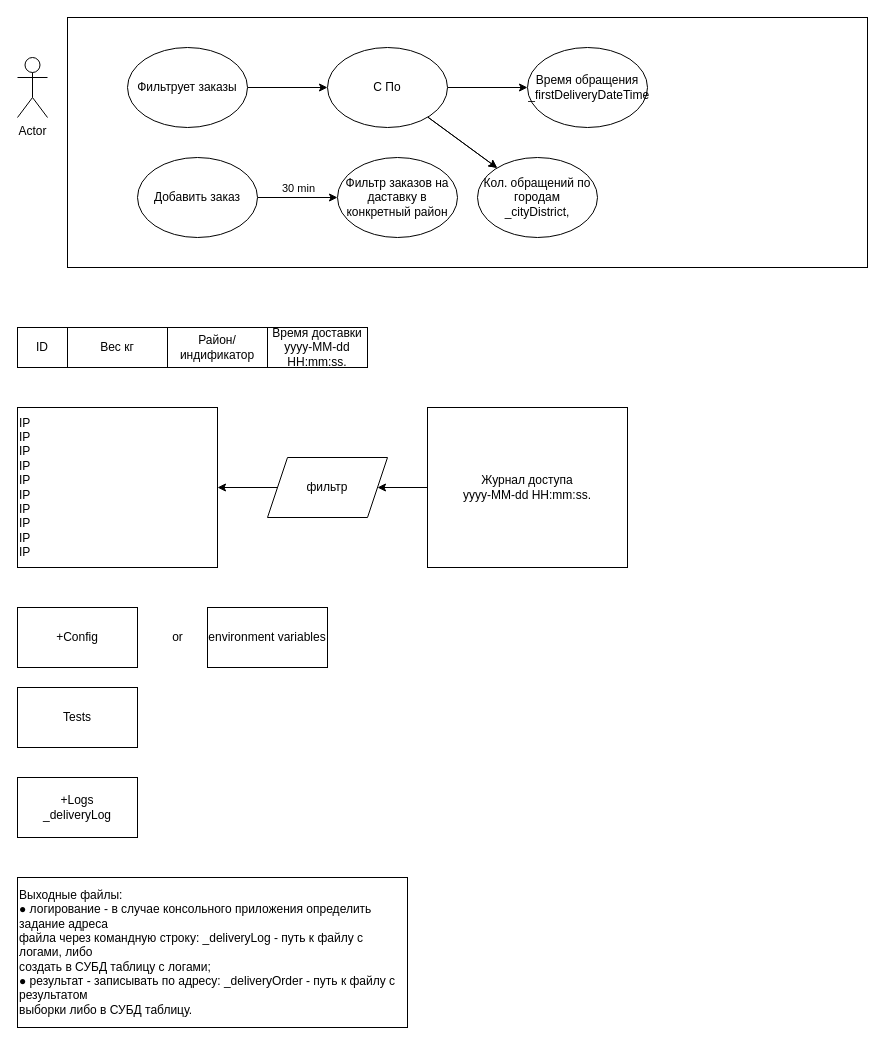
Before: DeliveryServiceEM/DeliveryServiceEM.drawio in Troksi/DeliveryServiceEM, a draw.io diagram. Source tidied: cells renumbered, new cells numbered last; positions are measured from the earlier drawing's top-left corner, leaving out a move shared by most shapes. Both pictures are drawn from the tidied source at 100%, with x=0, y=0 at pixel (17, 17).
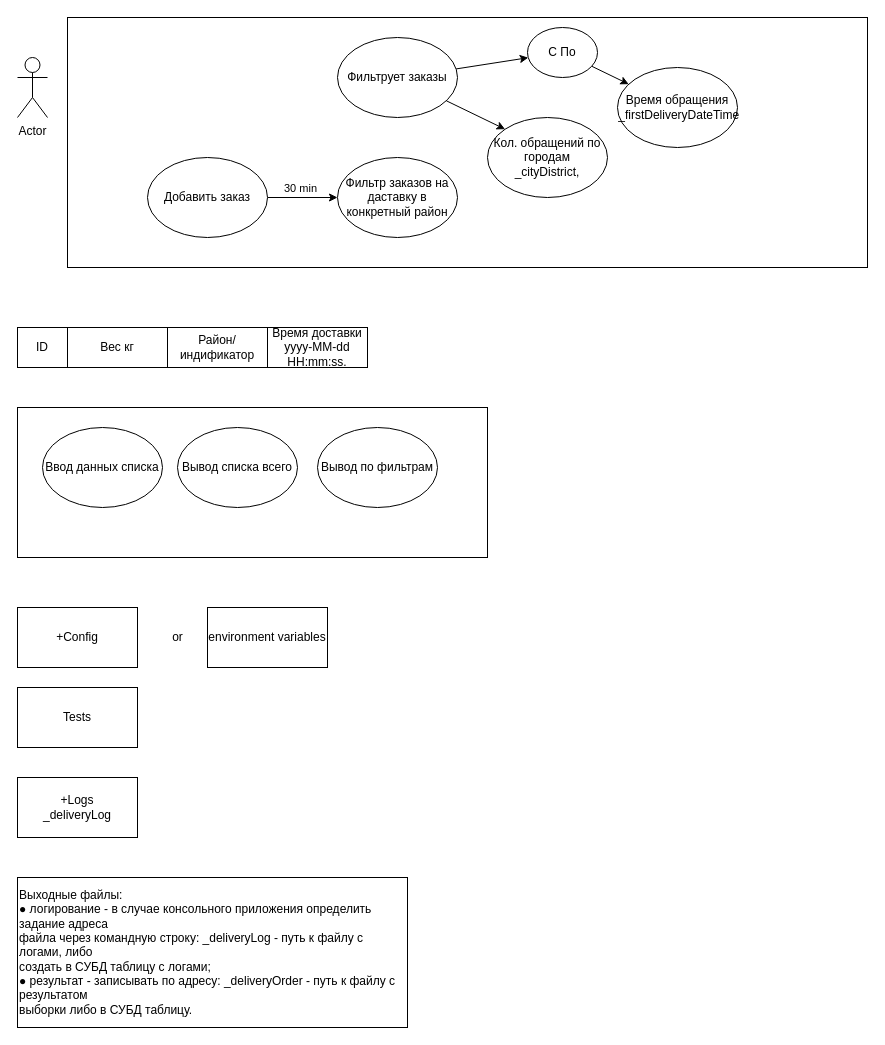
The same diagram, later.

The edit, as a diff of the source:
```diff
@@
+    <mxCell id="31" style="edgeStyle=none;html=1;entryX=0;entryY=0;entryDx=0;entryDy=0;" parent="1" edge="1" source="5" target="10">
+      <mxGeometry relative="1" as="geometry" />
+    </mxCell>
     <mxCell id="5" value="Фильтрует заказы" style="ellipse;whiteSpace=wrap;html=1;" parent="1" vertex="1">
-      <mxGeometry x="110" y="30" width="120" height="80" as="geometry" />
+      <mxGeometry x="320" y="20" width="120" height="80" as="geometry" />
     </mxCell>
-    <mxCell id="6" style="edgeStyle=none;html=1;" parent="1" edge="1" source="9" target="10">
-      <mxGeometry relative="1" as="geometry" />
-    </mxCell>
-    <mxCell id="7" style="edgeStyle=none;html=1;" parent="1" edge="1" source="9" target="10">
-      <mxGeometry relative="1" as="geometry" />
-    </mxCell>
@@
     <mxCell id="9" value="С По" style="ellipse;whiteSpace=wrap;html=1;" parent="1" vertex="1">
-      <mxGeometry x="310" y="30" width="120" height="80" as="geometry" />
+      <mxGeometry x="510" y="10" width="70" height="50" as="geometry" />
     </mxCell>
     <mxCell id="10" value="Кол. обращений по городам&lt;br&gt;_cityDistrict," style="ellipse;whiteSpace=wrap;html=1;" parent="1" vertex="1">
-      <mxGeometry x="460" y="140" width="120" height="80" as="geometry" />
+      <mxGeometry x="470" y="100" width="120" height="80" as="geometry" />
     </mxCell>
     <mxCell id="11" value="Время обращения&lt;br&gt;&amp;nbsp;_firstDeliveryDateTime" style="ellipse;whiteSpace=wrap;html=1;" parent="1" vertex="1">
-      <mxGeometry x="510" y="30" width="120" height="80" as="geometry" />
+      <mxGeometry x="600" y="50" width="120" height="80" as="geometry" />
     </mxCell>
@@
-    <mxCell id="16" value="IP&lt;br&gt;IP&lt;br&gt;IP&lt;br&gt;IP&lt;br&gt;IP&lt;br&gt;IP&lt;br&gt;IP&lt;br&gt;IP&lt;br&gt;IP&lt;br&gt;IP" style="rounded=0;whiteSpace=wrap;html=1;align=left;" parent="1" vertex="1">
-      <mxGeometry y="390" width="200" height="160" as="geometry" />
-    </mxCell>
-    <mxCell id="17" style="edgeStyle=none;html=1;entryX=1;entryY=0.5;entryDx=0;entryDy=0;" parent="1" edge="1" source="18" target="20">
-      <mxGeometry relative="1" as="geometry" />
-    </mxCell>
-    <mxCell id="18" value="Журнал доступа&lt;br&gt;yyyy-MM-dd HH:mm:ss." style="rounded=0;whiteSpace=wrap;html=1;align=center;" parent="1" vertex="1">
-      <mxGeometry x="410" y="390" width="200" height="160" as="geometry" />
-    </mxCell>
-    <mxCell id="19" style="edgeStyle=none;html=1;" parent="1" edge="1" source="20" target="16">
-      <mxGeometry relative="1" as="geometry" />
-    </mxCell>
-    <mxCell id="20" value="фильтр" style="shape=parallelogram;perimeter=parallelogramPerimeter;whiteSpace=wrap;html=1;fixedSize=1;" parent="1" vertex="1">
-      <mxGeometry x="250" y="440" width="120" height="60" as="geometry" />
-    </mxCell>
@@
     <mxCell id="23" value="Добавить заказ" style="ellipse;whiteSpace=wrap;html=1;" parent="1" vertex="1">
-      <mxGeometry x="120" y="140" width="120" height="80" as="geometry" />
+      <mxGeometry x="130" y="140" width="120" height="80" as="geometry" />
     </mxCell>
@@
+    <mxCell id="32" style="rounded=0;whiteSpace=wrap;html=1;" parent="1" vertex="1">
+      <mxGeometry y="390" width="470" height="150" as="geometry" />
+    </mxCell>
+    <mxCell id="33" value="Ввод данных списка" style="ellipse;whiteSpace=wrap;html=1;" parent="1" vertex="1">
+      <mxGeometry x="25" y="410" width="120" height="80" as="geometry" />
+    </mxCell>
+    <mxCell id="34" value="Вывод списка всего" style="ellipse;whiteSpace=wrap;html=1;" parent="1" vertex="1">
+      <mxGeometry x="160" y="410" width="120" height="80" as="geometry" />
+    </mxCell>
+    <mxCell id="35" value="Вывод по фильтрам" style="ellipse;whiteSpace=wrap;html=1;" parent="1" vertex="1">
+      <mxGeometry x="300" y="410" width="120" height="80" as="geometry" />
+    </mxCell>
```
